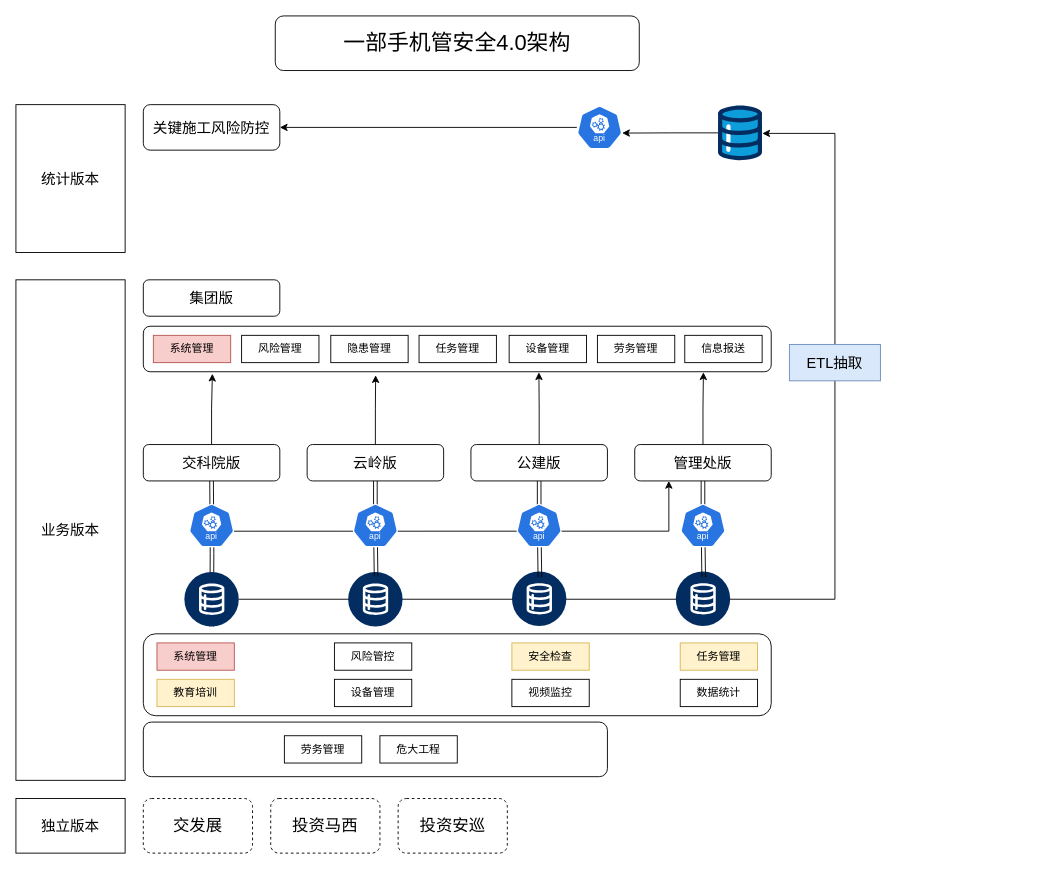
The draw.io diagram 安全4.0当前架构.drawio in kerwin58/drawio, before the edit. Source tidied: cells renumbered, new cells numbered last; positions are measured from the earlier drawing's top-left corner, leaving out a move shared by most shapes. Both pictures are drawn from the tidied source at 91%, with x=0, y=0 at pixel (15, 15).
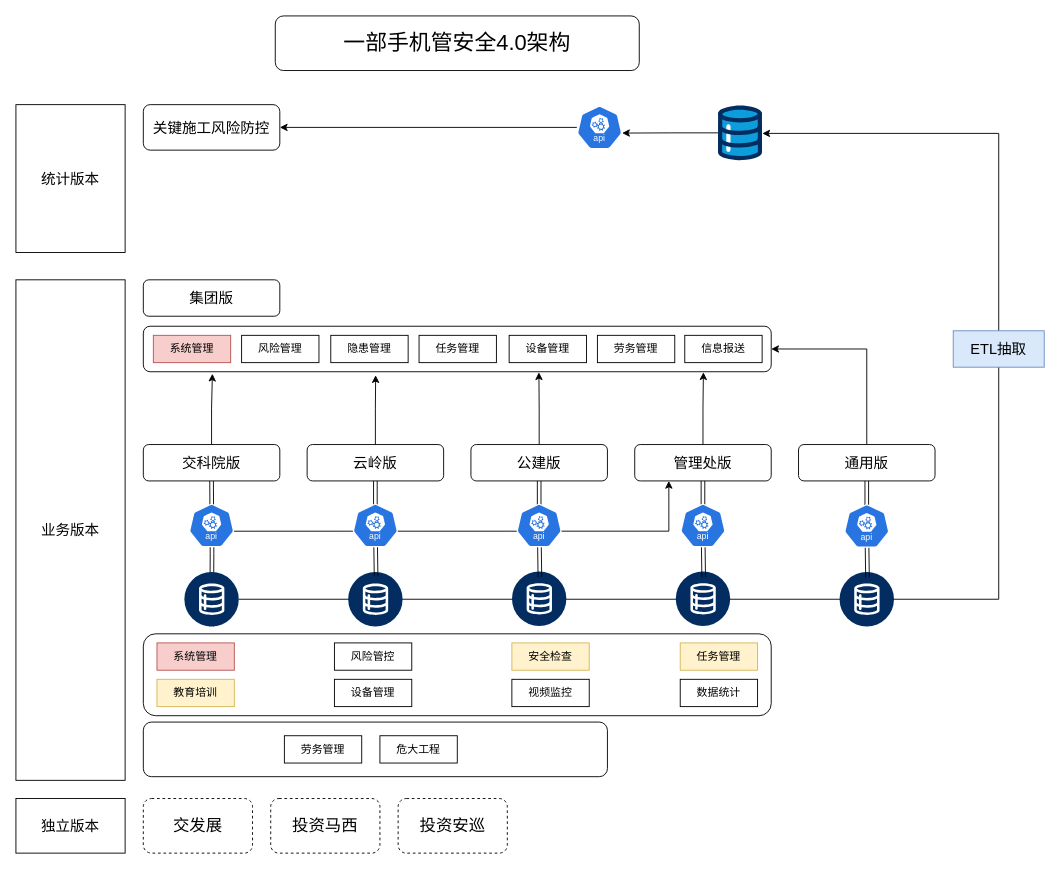
The same page after the edit.

Commit message:
更新安全4.0当前架构.drawio

The change refers to these unchanged cells:
```xml
<mxCell id="31" style="verticalLabelPosition=bottom;html=1;shape=mxgraph.salesforce.data2;" parent="1" vertex="1">
  <mxGeometry x="185" y="611" width="60" height="60" as="geometry" />
</mxCell>
<mxCell id="35" style="rounded=1;whiteSpace=wrap;html=1;" parent="1" vertex="1">
  <mxGeometry x="140" y="341" width="690" height="50" as="geometry" />
</mxCell>
<mxCell id="53" style="verticalLabelPosition=bottom;html=1;shape=mxgraph.salesforce.data;" parent="1" vertex="1">
  <mxGeometry x="771.4" y="98.5" width="48.6" height="60" as="geometry" />
</mxCell>
```

The edit, as a diff of the source:
```diff
@@
     <mxCell id="2" style="edgeStyle=orthogonalEdgeStyle;rounded=0;jettySize=auto;html=1;entryX=1.006;entryY=0.51;entryDx=0;entryDy=0;entryPerimeter=0;" parent="1" edge="1" source="31" target="53">
       <mxGeometry relative="1" as="geometry">
         <Array as="points">
-          <mxPoint x="900" y="641" />
-          <mxPoint x="900" y="129" />
+          <mxPoint x="1080" y="641" />
+          <mxPoint x="1080" y="129" />
         </Array>
       </mxGeometry>
     </mxCell>
@@
     <mxCell id="54" value="&lt;font style=&quot;font-size: 16px;&quot;&gt;ETL抽取&lt;/font&gt;" style="rounded=0;whiteSpace=wrap;html=1;fillColor=#dae8fc;strokeColor=#6c8ebf;" parent="1" vertex="1">
-      <mxGeometry x="850" y="361" width="100" height="40" as="geometry" />
+      <mxGeometry x="1030" y="346" width="100" height="40" as="geometry" />
     </mxCell>
@@
+    <mxCell id="58" style="edgeStyle=orthogonalEdgeStyle;rounded=0;jettySize=auto;html=1;exitX=0.5;exitY=0;exitDx=0;exitDy=0;entryX=1;entryY=0.5;entryDx=0;entryDy=0;" parent="1" edge="1" source="59" target="35">
+      <mxGeometry relative="1" as="geometry" />
+    </mxCell>
+    <mxCell id="59" value="&lt;font style=&quot;font-size: 16px;&quot;&gt;通用版&lt;/font&gt;" style="rounded=1;whiteSpace=wrap;html=1;" parent="1" vertex="1">
+      <mxGeometry x="860" y="471" width="150" height="40" as="geometry" />
+    </mxCell>
+    <mxCell id="60" style="verticalLabelPosition=bottom;html=1;shape=mxgraph.salesforce.data2;" parent="1" vertex="1">
+      <mxGeometry x="905" y="611" width="60" height="60" as="geometry" />
+    </mxCell>
+    <mxCell id="61" style="edgeStyle=orthogonalEdgeStyle;rounded=0;jettySize=auto;html=1;exitX=0.5;exitY=1;exitDx=0;exitDy=0;entryX=0.513;entryY=0.102;entryDx=0;entryDy=0;entryPerimeter=0;shape=link;" parent="1" edge="1" source="59" target="60">
+      <mxGeometry relative="1" as="geometry" />
+    </mxCell>
+    <mxCell id="62" style="sketch=0;html=1;dashed=0;whitespace=wrap;verticalLabelPosition=bottom;verticalAlign=top;fillColor=#2875E2;strokeColor=#ffffff;shape=mxgraph.kubernetes.icon2;kubernetesLabel=1;prIcon=api;" parent="1" vertex="1">
+      <mxGeometry x="910" y="536.5" width="50" height="48" as="geometry" />
+    </mxCell>
```
